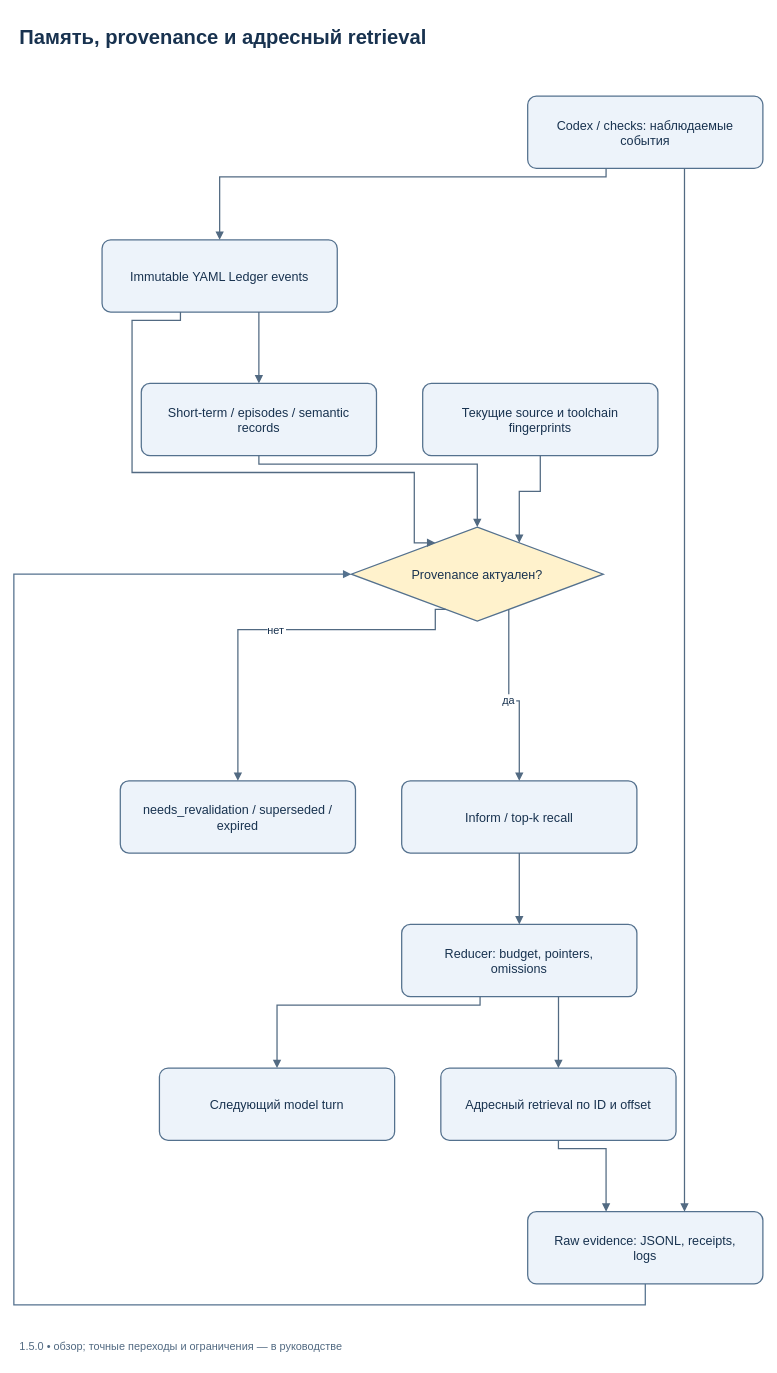
SUKUNA-AI/agent-harness keeps this draw.io diagram as docs/diagrams/memory-provenance.drawio. Above is the earlier version. Source tidied: cells renumbered, new cells numbered last; positions are measured from the earlier drawing's top-left corner, leaving out a move shared by most shapes. Both pictures are drawn from the tidied source at 84%, with x=0, y=0 at pixel (13, 13).
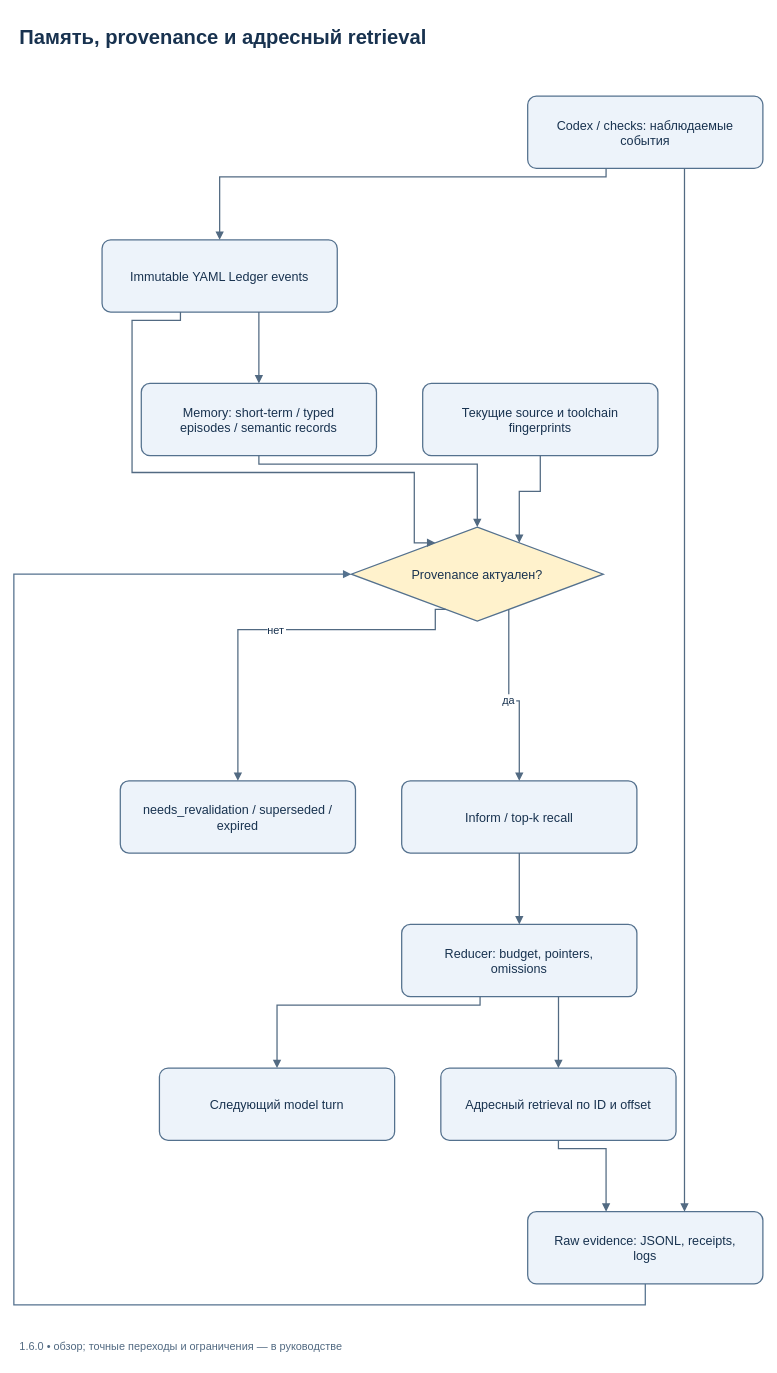
The same page after the edit.

What changed in the source:
```diff
@@
-    <mxCell id="6" value="Short-term / episodes / semantic&#10;records" style="rounded=1;arcSize=12;whiteSpace=nowrap;html=0;align=center;verticalAlign=middle;fontFamily=Arial;fontSize=15;spacing=12;strokeWidth=1.5;strokeColor=#54718E;fillColor=#EDF3FA;fontColor=#18324F;" parent="1" vertex="1">
+    <mxCell id="6" value="Memory: short-term / typed&#10;episodes / semantic records" style="rounded=1;arcSize=12;whiteSpace=nowrap;html=0;align=center;verticalAlign=middle;fontFamily=Arial;fontSize=15;spacing=12;strokeWidth=1.5;strokeColor=#54718E;fillColor=#EDF3FA;fontColor=#18324F;" parent="1" vertex="1">
       <mxGeometry x="151.7" y="440" width="280" height="86" as="geometry" />
     </mxCell>
@@
-    <mxCell id="27" value="1.5.0 • обзор; точные переходы и ограничения — в руководстве" style="text;html=0;align=left;fontFamily=Arial;fontSize=13;fontColor=#526A82;" parent="1" vertex="1">
+    <mxCell id="27" value="1.6.0 • обзор; точные переходы и ограничения — в руководстве" style="text;html=0;align=left;fontFamily=Arial;fontSize=13;fontColor=#526A82;" parent="1" vertex="1">
       <mxGeometry x="5" y="1572" width="886.7" height="30" as="geometry" />
     </mxCell>
```
